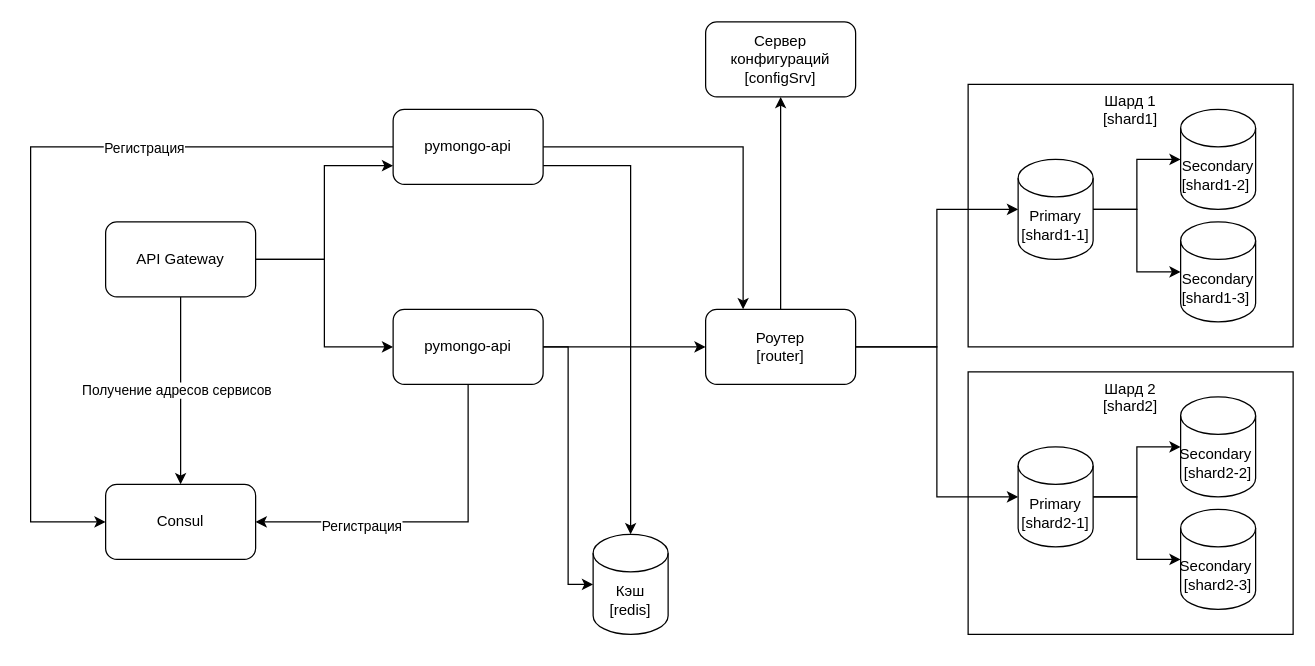
AIPronin/architecture-sprint-2 keeps this draw.io diagram as page "Масштабирование" (5 of 6) of task1.drawio. Above is the earlier version. Source tidied: cells renumbered, new cells numbered last; positions are measured from the earlier drawing's top-left corner, leaving out a move shared by most shapes. Both pictures are drawn from the tidied source at 125%, with x=0, y=0 at pixel (30, 21).
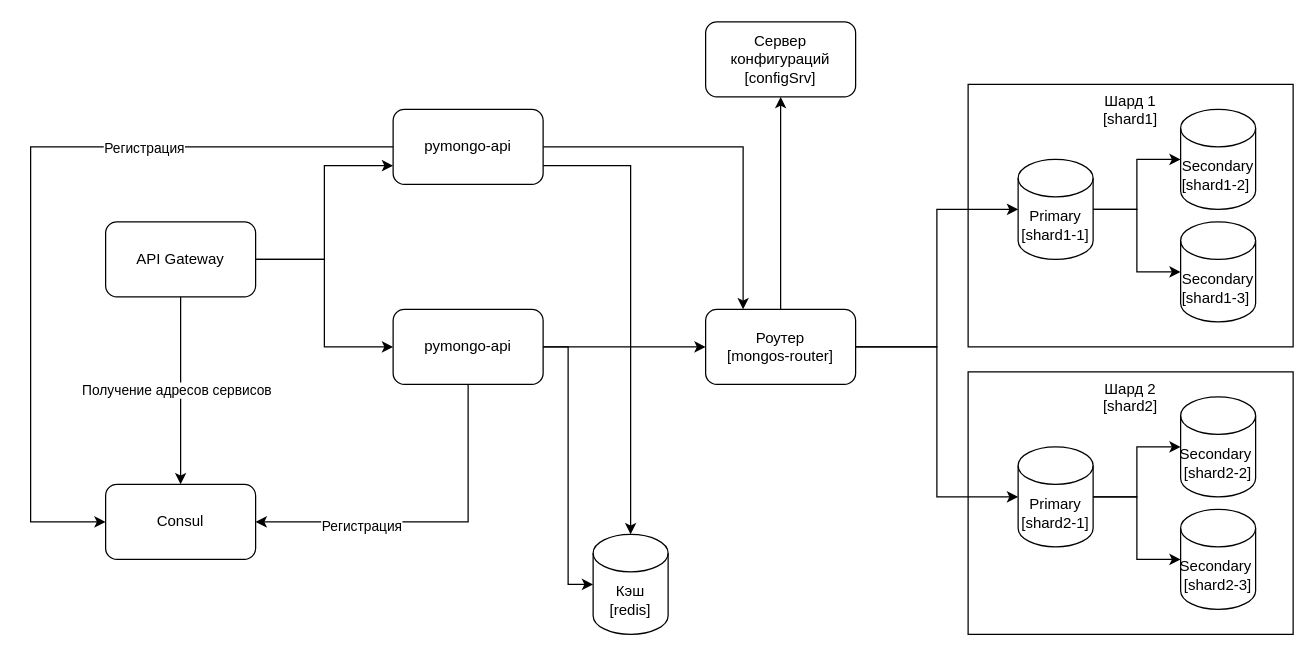
The same diagram, later.

The edit, as a diff of the source:
```diff
@@
-    <mxCell id="13" value="Роутер&lt;div&gt;[router]&lt;/div&gt;" style="rounded=1;whiteSpace=wrap;html=1;" parent="1" vertex="1">
+    <mxCell id="13" value="Роутер&lt;div&gt;[mongos-router]&lt;/div&gt;" style="rounded=1;whiteSpace=wrap;html=1;" parent="1" vertex="1">
       <mxGeometry x="540" y="230" width="120" height="60" as="geometry" />
     </mxCell>
```
